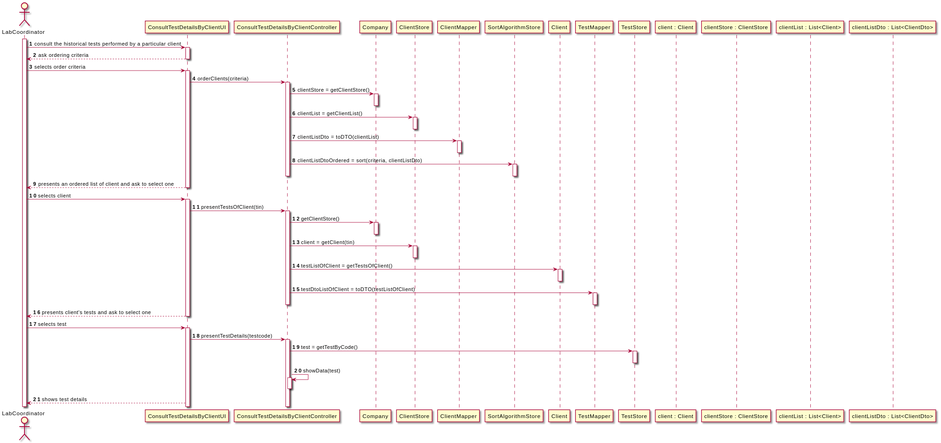
The PlantUML diagram docs/SprintD/US13/US13_SD.svg in 0franciscor/lei-21-s2-1de-g19, before a commit.
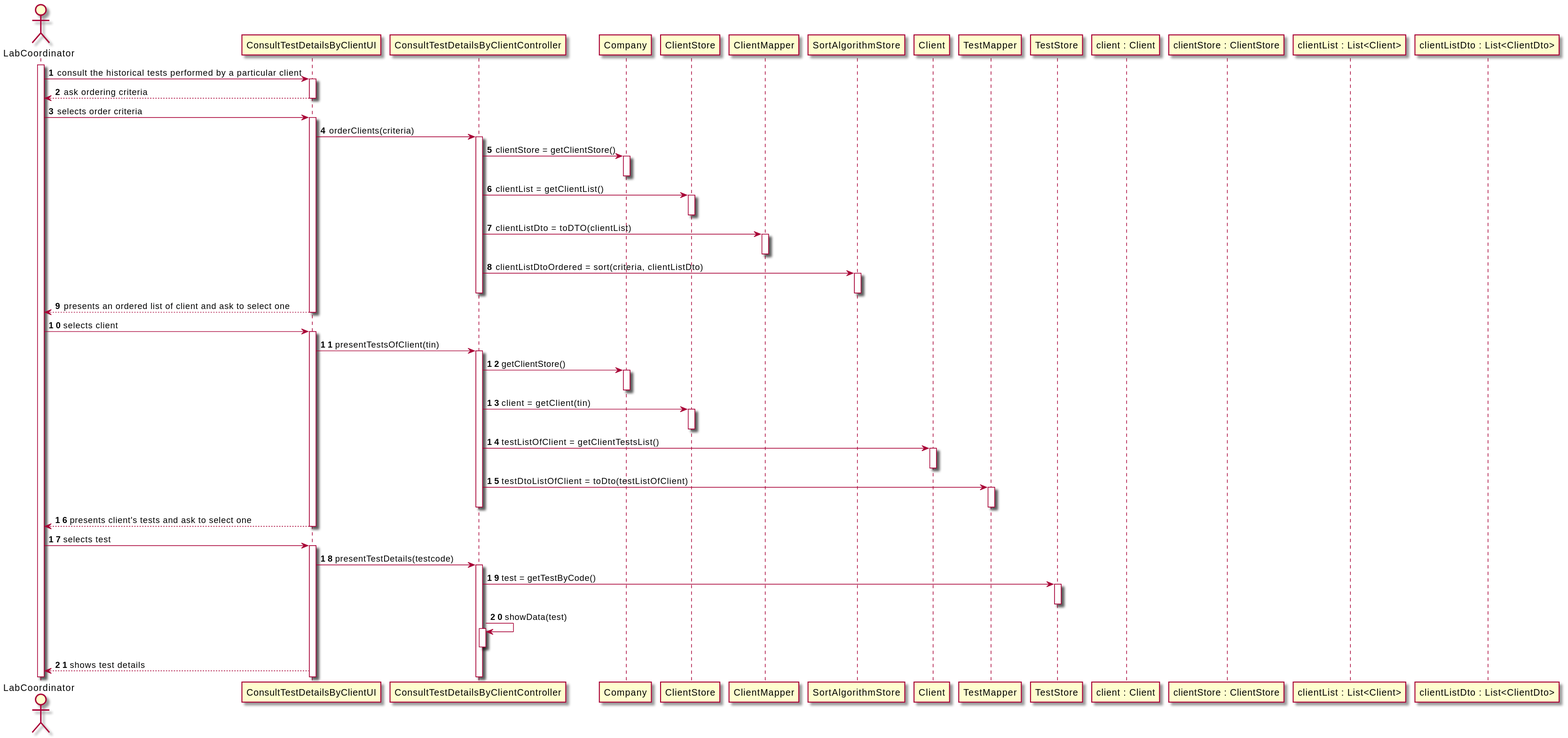
After the commit.

Diff of the diagram source:
```diff
@@ -35,9 +35,9 @@
 deactivate Company
 ConsultTestDetailsByClientController -> ClientStore ++ : client = getClient(tin)
 deactivate ClientStore
-ConsultTestDetailsByClientController -> Client ++ : testListOfClient = getTestsOfClient()
+ConsultTestDetailsByClientController -> Client ++ : testListOfClient = getClientTestsList()
 deactivate Client
-ConsultTestDetailsByClientController -> TestMapper : testDtoListOfClient = toDTO(testListOfClient)
+ConsultTestDetailsByClientController -> TestMapper : testDtoListOfClient = toDto(testListOfClient)
 activate TestMapper
 deactivate TestMapper
 deactivate ConsultTestDetailsByClientController
```
